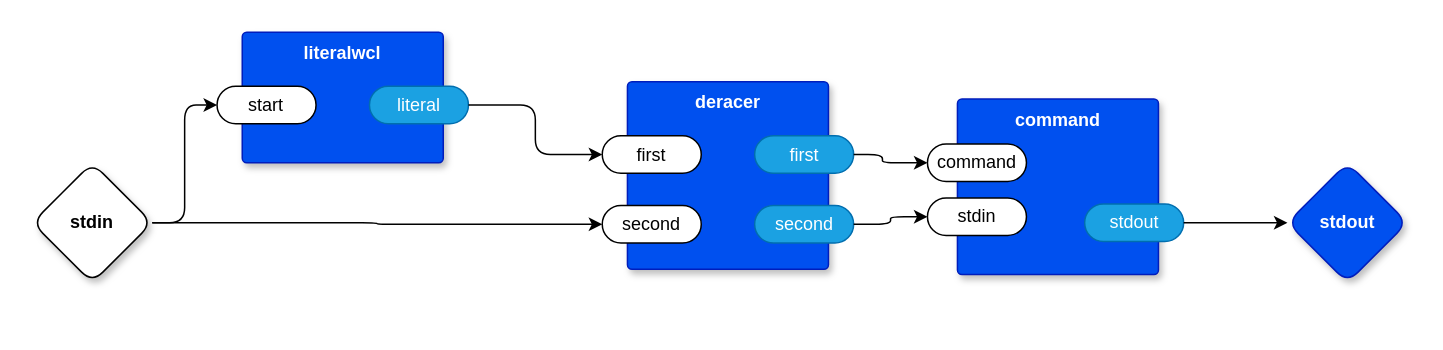
Above: page "softwcl" (5 of 5) of vsh.drawio in guitarvydas/odin0d (draw.io), before the change. Source tidied: cells renumbered, new cells numbered last; positions are measured from the earlier drawing's top-left corner, leaving out a move shared by most shapes. Both pictures are drawn from the tidied source at 150%, with x=0, y=0 at pixel (32, 32).
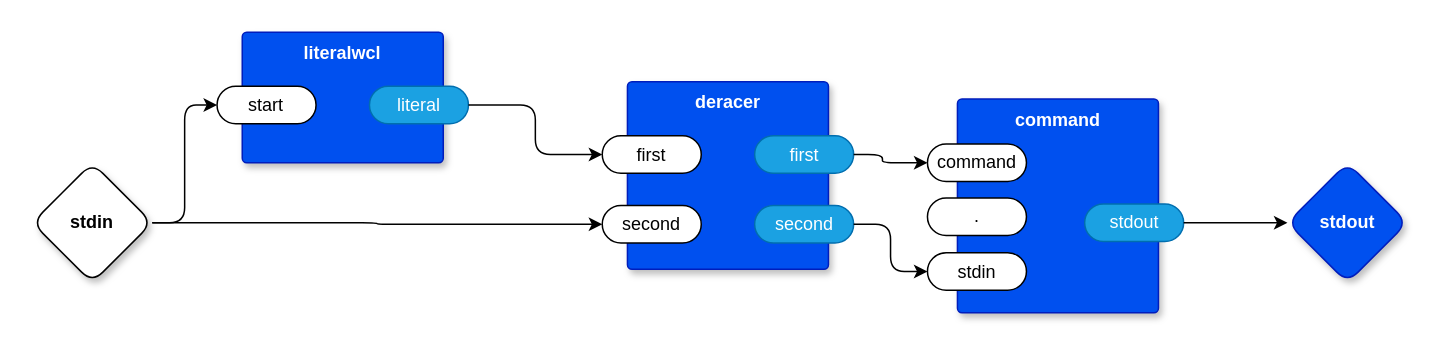
After the change.

The change refers to these unchanged cells:
```xml
<mxCell id="18" value="second" style="rounded=1;whiteSpace=wrap;html=1;sketch=0;points=[[0,0.5,0,0,0],[1,0.5,0,0,0]];fillColor=#1ba1e2;fontColor=#ffffff;strokeColor=#006EAF;arcSize=50;" parent="14" vertex="1">
  <mxGeometry x="84.8" y="82.5" width="66" height="25" as="geometry" />
</mxCell>
```

Change to the diagram source:
```diff
@@
     <mxCell id="2" value="command" style="rounded=1;whiteSpace=wrap;html=1;sketch=0;verticalAlign=top;arcSize=6;fontStyle=1;absoluteArcSize=1;shadow=1;strokeColor=#001DBC;fillColor=#0050ef;fontColor=#ffffff;" parent="1" vertex="1">
-      <mxGeometry x="616.8" y="44.5" width="134" height="117" as="geometry" />
+      <mxGeometry x="616.8" y="44.5" width="134" height="142.5" as="geometry" />
     </mxCell>
-    <mxCell id="3" value="stdin" style="rounded=1;whiteSpace=wrap;html=1;sketch=0;points=[[0,0.5,0,0,0],[1,0.5,0,0,0]];arcSize=50;" parent="2" vertex="1">
+    <mxCell id="3" value="." style="rounded=1;whiteSpace=wrap;html=1;sketch=0;points=[[0,0.5,0,0,0],[1,0.5,0,0,0]];arcSize=50;" parent="2" vertex="1">
       <mxGeometry x="-20" y="66" width="66" height="25" as="geometry" />
     </mxCell>
@@
+    <mxCell id="22" value="stdin" style="rounded=1;whiteSpace=wrap;html=1;sketch=0;points=[[0,0.5,0,0,0],[1,0.5,0,0,0]];arcSize=50;" parent="2" vertex="1">
+      <mxGeometry x="-20" y="102.5" width="66" height="25" as="geometry" />
+    </mxCell>
@@
-    <mxCell id="20" style="edgeStyle=orthogonalEdgeStyle;rounded=1;jettySize=auto;html=1;exitX=1;exitY=0.5;exitDx=0;exitDy=0;exitPerimeter=0;entryX=0;entryY=0.5;entryDx=0;entryDy=0;entryPerimeter=0;" parent="1" edge="1" source="18" target="3">
-      <mxGeometry relative="1" as="geometry" />
-    </mxCell>
@@
+    <mxCell id="23" style="edgeStyle=orthogonalEdgeStyle;rounded=1;jettySize=auto;html=1;exitX=1;exitY=0.5;exitDx=0;exitDy=0;exitPerimeter=0;entryX=0;entryY=0.5;entryDx=0;entryDy=0;entryPerimeter=0;" parent="1" edge="1" source="18" target="22">
+      <mxGeometry relative="1" as="geometry" />
+    </mxCell>
```
